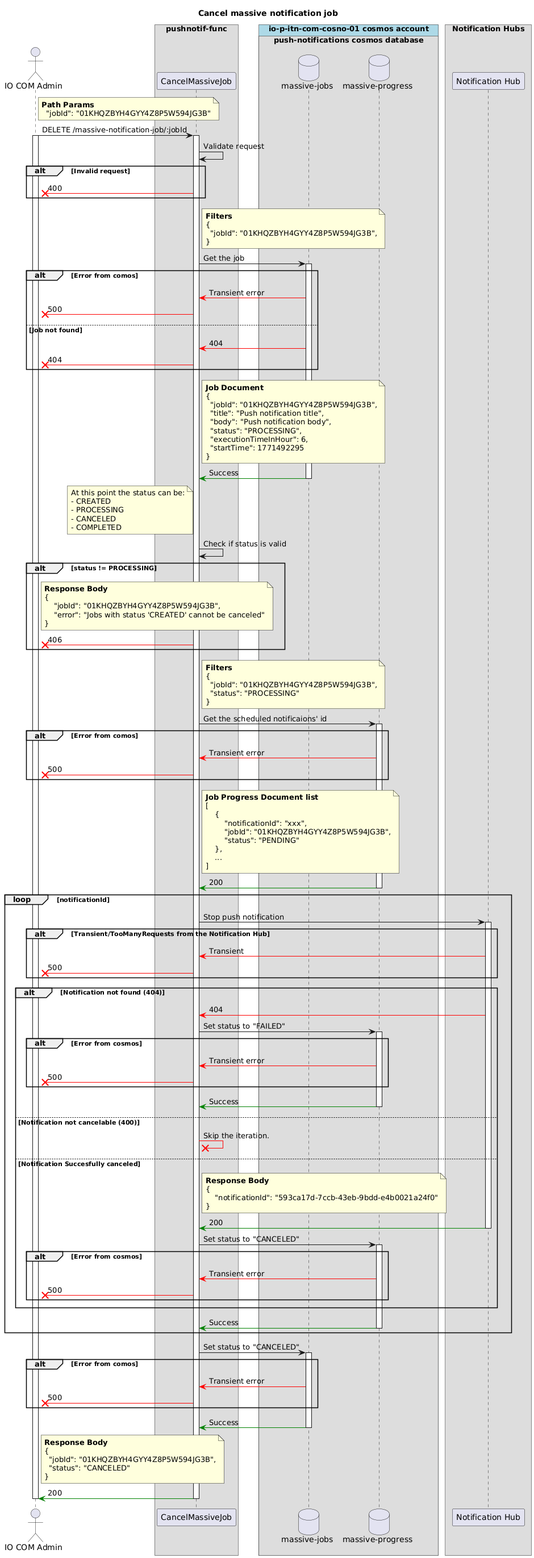
This is apps/pushnotif-func/docs/png/cancel-massive-job.png from pagopa/io-messages, a PlantUML export, as it was before one commit.
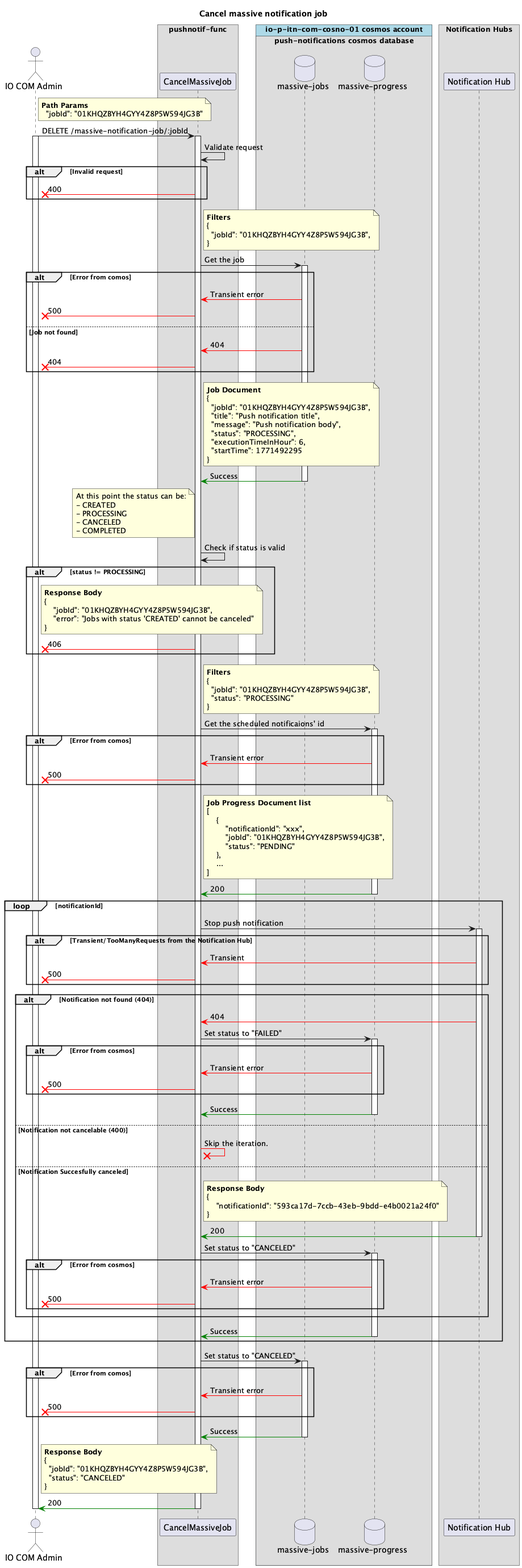
The same file after the commit.

Change to the diagram source:
```diff
@@ -1,4 +1,5 @@
 @startuml
+
 title "Cancel massive notification job"
 
 actor "IO COM Admin" as admin
@@ -56,7 +57,7 @@
   {
     "jobId": "01KHQZBYH4GYY4Z8P5W594JG3B",
     "title": "Push notification title",
-    "body": "Push notification body",
+    "message": "Push notification body",
     "status": "PROCESSING",
     "executionTimeInHour": 6,
     "startTime": 1771492295
```
